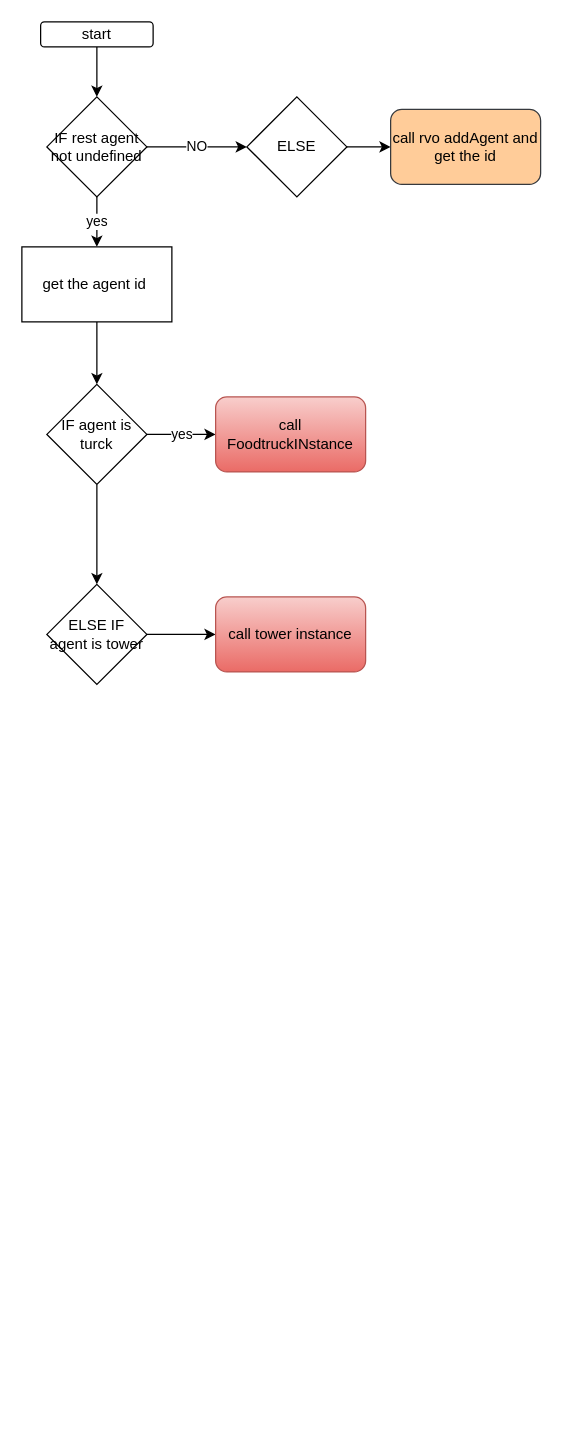
Earlier version of the draw.io diagram Agents/createAgent.drawio (sivagit/diagrams). Source tidied: cells renumbered, new cells numbered last; positions are measured from the earlier drawing's top-left corner, leaving out a move shared by most shapes. Both pictures are drawn from the tidied source at 125%, with x=0, y=0 at pixel (21, 21).
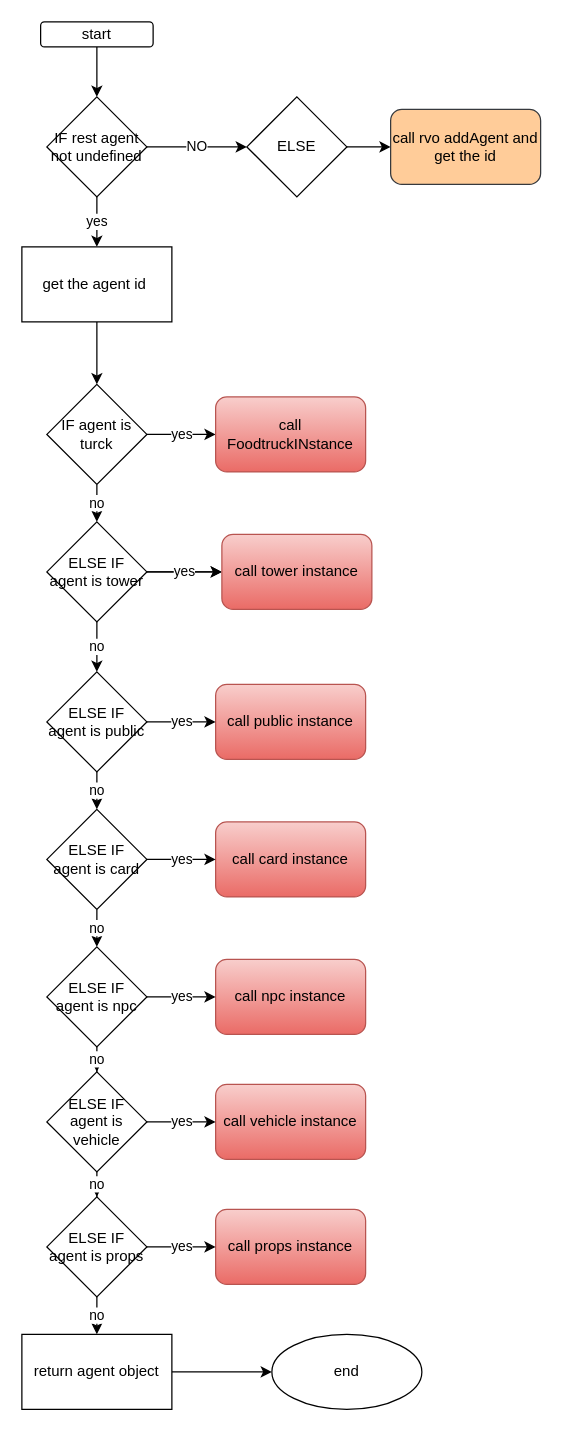
After the change.

The change refers to these unchanged cells:
```xml
<mxCell id="14" value="IF agent is turck" style="rhombus;whiteSpace=wrap;html=1;" parent="1" vertex="1">
  <mxGeometry x="20" y="290" width="80" height="80" as="geometry" />
</mxCell>
```

The edit, as a diff of the source:
```diff
@@
-    <mxCell id="13" style="edgeStyle=orthogonalEdgeStyle;rounded=0;jettySize=auto;html=1;" parent="1" edge="1" source="14" target="17">
+    <mxCell id="13" value="no" style="edgeStyle=orthogonalEdgeStyle;rounded=0;jettySize=auto;html=1;" parent="1" edge="1" source="14" target="17">
       <mxGeometry relative="1" as="geometry" />
     </mxCell>
@@
+    <mxCell id="19" value="yes" style="edgeStyle=orthogonalEdgeStyle;rounded=0;jettySize=auto;html=1;" parent="1" edge="1" source="17" target="18">
+      <mxGeometry relative="1" as="geometry" />
+    </mxCell>
+    <mxCell id="20" value="no" style="edgeStyle=orthogonalEdgeStyle;rounded=0;jettySize=auto;html=1;" parent="1" edge="1" source="17" target="24">
+      <mxGeometry relative="1" as="geometry" />
+    </mxCell>
     <mxCell id="17" value="ELSE IF agent is tower" style="rhombus;whiteSpace=wrap;html=1;" parent="1" vertex="1">
-      <mxGeometry x="20" y="450" width="80" height="80" as="geometry" />
+      <mxGeometry x="20" y="400" width="80" height="80" as="geometry" />
     </mxCell>
     <mxCell id="18" value="call tower instance" style="rounded=1;whiteSpace=wrap;html=1;fillColor=#f8cecc;gradientColor=#ea6b66;strokeColor=#b85450;" parent="1" vertex="1">
-      <mxGeometry x="155" y="460" width="120" height="60" as="geometry" />
+      <mxGeometry x="160" y="410" width="120" height="60" as="geometry" />
     </mxCell>
+    <mxCell id="21" value="call public instance" style="rounded=1;whiteSpace=wrap;html=1;fillColor=#f8cecc;gradientColor=#ea6b66;strokeColor=#b85450;" parent="1" vertex="1">
+      <mxGeometry x="155" y="530" width="120" height="60" as="geometry" />
+    </mxCell>
+    <mxCell id="22" value="yes" style="edgeStyle=orthogonalEdgeStyle;rounded=0;jettySize=auto;html=1;" parent="1" edge="1" source="24" target="21">
+      <mxGeometry relative="1" as="geometry">
+        <Array as="points">
+          <mxPoint x="135" y="560" />
+          <mxPoint x="135" y="560" />
+        </Array>
+      </mxGeometry>
+    </mxCell>
+    <mxCell id="23" value="no" style="edgeStyle=orthogonalEdgeStyle;rounded=0;jettySize=auto;html=1;" parent="1" edge="1" source="24" target="28">
+      <mxGeometry relative="1" as="geometry" />
+    </mxCell>
+    <mxCell id="24" value="ELSE IF agent is public" style="rhombus;whiteSpace=wrap;html=1;" parent="1" vertex="1">
+      <mxGeometry x="20" y="520" width="80" height="80" as="geometry" />
+    </mxCell>
+    <mxCell id="25" value="call card instance" style="rounded=1;whiteSpace=wrap;html=1;fillColor=#f8cecc;gradientColor=#ea6b66;strokeColor=#b85450;" parent="1" vertex="1">
+      <mxGeometry x="155" y="640" width="120" height="60" as="geometry" />
+    </mxCell>
+    <mxCell id="26" value="yes" style="edgeStyle=orthogonalEdgeStyle;rounded=0;jettySize=auto;html=1;" parent="1" edge="1" source="28" target="25">
+      <mxGeometry relative="1" as="geometry">
+        <Array as="points">
+          <mxPoint x="135" y="670" />
+          <mxPoint x="135" y="670" />
+        </Array>
+      </mxGeometry>
+    </mxCell>
+    <mxCell id="27" value="no" style="edgeStyle=orthogonalEdgeStyle;rounded=0;jettySize=auto;html=1;" parent="1" edge="1" source="28" target="32">
+      <mxGeometry relative="1" as="geometry" />
+    </mxCell>
+    <mxCell id="28" value="ELSE IF agent is card" style="rhombus;whiteSpace=wrap;html=1;" parent="1" vertex="1">
+      <mxGeometry x="20" y="630" width="80" height="80" as="geometry" />
+    </mxCell>
+    <mxCell id="29" value="call npc instance" style="rounded=1;whiteSpace=wrap;html=1;fillColor=#f8cecc;gradientColor=#ea6b66;strokeColor=#b85450;" parent="1" vertex="1">
+      <mxGeometry x="155" y="750" width="120" height="60" as="geometry" />
+    </mxCell>
+    <mxCell id="30" value="yes" style="edgeStyle=orthogonalEdgeStyle;rounded=0;jettySize=auto;html=1;" parent="1" edge="1" source="32" target="29">
+      <mxGeometry relative="1" as="geometry">
+        <Array as="points">
+          <mxPoint x="135" y="780" />
+          <mxPoint x="135" y="780" />
+        </Array>
+      </mxGeometry>
+    </mxCell>
+    <mxCell id="31" value="no" style="edgeStyle=orthogonalEdgeStyle;rounded=0;jettySize=auto;html=1;" parent="1" edge="1" source="32" target="36">
+      <mxGeometry relative="1" as="geometry" />
+    </mxCell>
+    <mxCell id="32" value="ELSE IF agent is npc" style="rhombus;whiteSpace=wrap;html=1;" parent="1" vertex="1">
+      <mxGeometry x="20" y="740" width="80" height="80" as="geometry" />
+    </mxCell>
+    <mxCell id="33" value="call vehicle instance" style="rounded=1;whiteSpace=wrap;html=1;fillColor=#f8cecc;gradientColor=#ea6b66;strokeColor=#b85450;" parent="1" vertex="1">
+      <mxGeometry x="155" y="850" width="120" height="60" as="geometry" />
+    </mxCell>
+    <mxCell id="34" value="yes" style="edgeStyle=orthogonalEdgeStyle;rounded=0;jettySize=auto;html=1;" parent="1" edge="1" source="36" target="33">
+      <mxGeometry relative="1" as="geometry">
+        <Array as="points">
+          <mxPoint x="135" y="880" />
+          <mxPoint x="135" y="880" />
+        </Array>
+      </mxGeometry>
+    </mxCell>
+    <mxCell id="35" value="no" style="edgeStyle=orthogonalEdgeStyle;rounded=0;jettySize=auto;html=1;" parent="1" edge="1" source="36" target="40">
+      <mxGeometry relative="1" as="geometry" />
+    </mxCell>
+    <mxCell id="36" value="ELSE IF agent is vehicle" style="rhombus;whiteSpace=wrap;html=1;" parent="1" vertex="1">
+      <mxGeometry x="20" y="840" width="80" height="80" as="geometry" />
+    </mxCell>
+    <mxCell id="37" value="call props instance" style="rounded=1;whiteSpace=wrap;html=1;fillColor=#f8cecc;gradientColor=#ea6b66;strokeColor=#b85450;" parent="1" vertex="1">
+      <mxGeometry x="155" y="950" width="120" height="60" as="geometry" />
+    </mxCell>
+    <mxCell id="38" value="yes" style="edgeStyle=orthogonalEdgeStyle;rounded=0;jettySize=auto;html=1;" parent="1" edge="1" source="40" target="37">
+      <mxGeometry relative="1" as="geometry">
+        <Array as="points">
+          <mxPoint x="135" y="980" />
+          <mxPoint x="135" y="980" />
+        </Array>
+      </mxGeometry>
+    </mxCell>
+    <mxCell id="39" value="no" style="edgeStyle=orthogonalEdgeStyle;rounded=0;jettySize=auto;html=1;" parent="1" edge="1" source="40" target="42">
+      <mxGeometry relative="1" as="geometry" />
+    </mxCell>
+    <mxCell id="40" value="ELSE IF agent is props" style="rhombus;whiteSpace=wrap;html=1;" parent="1" vertex="1">
+      <mxGeometry x="20" y="940" width="80" height="80" as="geometry" />
+    </mxCell>
+    <mxCell id="41" style="edgeStyle=orthogonalEdgeStyle;rounded=0;jettySize=auto;html=1;" parent="1" edge="1" source="42" target="43">
+      <mxGeometry relative="1" as="geometry" />
+    </mxCell>
+    <mxCell id="42" value="return agent object" style="whiteSpace=wrap;html=1;" parent="1" vertex="1">
+      <mxGeometry y="1050" width="120" height="60" as="geometry" />
+    </mxCell>
+    <mxCell id="43" value="end" style="ellipse;whiteSpace=wrap;html=1;" parent="1" vertex="1">
+      <mxGeometry x="200" y="1050" width="120" height="60" as="geometry" />
+    </mxCell>
```
